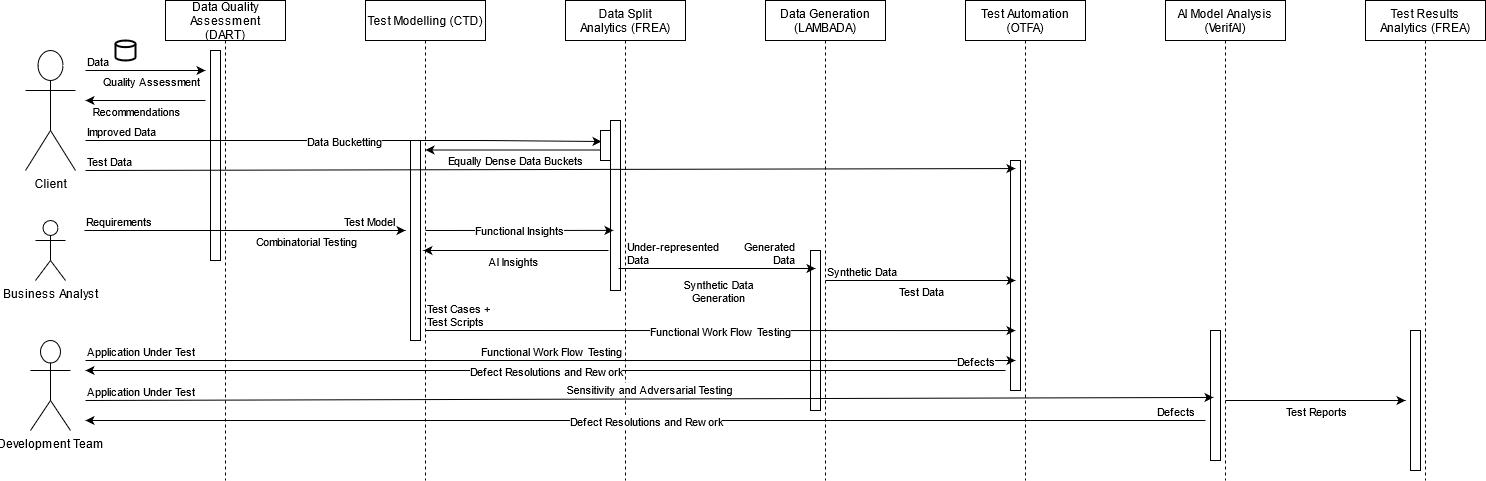
Above: FACT Process Flow.png in ilanjaya/TestCOE (draw.io), before the change. Source tidied: cells renumbered, new cells last; positions are measured from the earlier drawing's top-left corner, leaving out a move shared by most shapes. The source it was exported from:
```xml
<mxGraphModel>
  <root>
    <mxCell id="0" />
    <mxCell id="1" parent="0" />
    <mxCell id="2" value="Data Quality &#10;Assessment &#10;(DART)" style="shape=umlLifeline;perimeter=lifelinePerimeter;rounded=0;shadow=0;strokeWidth=1;" parent="1" vertex="1">
      <mxGeometry x="140" width="120" height="480" as="geometry" />
    </mxCell>
    <mxCell id="3" style="perimeter=orthogonalPerimeter;rounded=0;shadow=0;strokeWidth=1;" parent="2" vertex="1">
      <mxGeometry x="45" y="50" width="10" height="210" as="geometry" />
    </mxCell>
    <mxCell id="4" value="Test Modelling (CTD)" style="shape=umlLifeline;perimeter=lifelinePerimeter;rounded=0;shadow=0;strokeWidth=1;" parent="1" vertex="1">
      <mxGeometry x="340" width="120" height="480" as="geometry" />
    </mxCell>
    <mxCell id="5" style="perimeter=orthogonalPerimeter;rounded=0;shadow=0;strokeWidth=1;" parent="4" vertex="1">
      <mxGeometry x="45" y="140" width="10" height="200" as="geometry" />
    </mxCell>
    <mxCell id="6" value="Data Split &#10;Analytics (FREA)" style="shape=umlLifeline;perimeter=lifelinePerimeter;rounded=0;shadow=0;strokeWidth=1;" parent="1" vertex="1">
      <mxGeometry x="540" width="120" height="480" as="geometry" />
    </mxCell>
    <mxCell id="7" style="perimeter=orthogonalPerimeter;rounded=0;shadow=0;strokeWidth=1;" parent="6" vertex="1">
      <mxGeometry x="45" y="120" width="10" height="170" as="geometry" />
    </mxCell>
    <mxCell id="8" value="Data Generation&#10;(LAMBADA)" style="shape=umlLifeline;perimeter=lifelinePerimeter;rounded=0;shadow=0;strokeWidth=1;" parent="1" vertex="1">
      <mxGeometry x="740" width="120" height="480" as="geometry" />
    </mxCell>
    <mxCell id="9" style="perimeter=orthogonalPerimeter;rounded=0;shadow=0;strokeWidth=1;" parent="8" vertex="1">
      <mxGeometry x="45" y="250" width="10" height="160" as="geometry" />
    </mxCell>
    <mxCell id="10" value="Test Automation &#10;(OTFA)" style="shape=umlLifeline;perimeter=lifelinePerimeter;rounded=0;shadow=0;strokeWidth=1;" parent="1" vertex="1">
      <mxGeometry x="940" width="120" height="480" as="geometry" />
    </mxCell>
    <mxCell id="11" style="points=[];perimeter=orthogonalPerimeter;rounded=0;shadow=0;strokeWidth=1;" parent="10" vertex="1">
      <mxGeometry x="45" y="160" width="10" height="230" as="geometry" />
    </mxCell>
    <mxCell id="12" value="AI Model Analysis &#10;(VerifAI)" style="shape=umlLifeline;perimeter=lifelinePerimeter;rounded=0;shadow=0;strokeWidth=1;" parent="1" vertex="1">
      <mxGeometry x="1140" width="120" height="480" as="geometry" />
    </mxCell>
    <mxCell id="13" style="points=[];perimeter=orthogonalPerimeter;rounded=0;shadow=0;strokeWidth=1;" parent="12" vertex="1">
      <mxGeometry x="45" y="330" width="10" height="130" as="geometry" />
    </mxCell>
    <mxCell id="14" style="strokeWidth=2;html=1;shape=mxgraph.flowchart.database;whiteSpace=wrap;" parent="1" vertex="1">
      <mxGeometry x="90" y="40" width="20" height="20" as="geometry" />
    </mxCell>
    <mxCell id="15" style="endArrow=classic;html=1;" parent="1" edge="1">
      <mxGeometry relative="1" as="geometry">
        <mxPoint x="59" y="230" as="sourcePoint" />
        <mxPoint x="380" y="230" as="targetPoint" />
      </mxGeometry>
    </mxCell>
    <mxCell id="16" value="&lt;div&gt;Combinatorial Testing&lt;/div&gt;" style="edgeLabel;html=1;align=center;verticalAlign=middle;" parent="15" vertex="1">
      <mxGeometry relative="1" as="geometry">
        <mxPoint x="60" y="10" as="offset" />
      </mxGeometry>
    </mxCell>
    <mxCell id="17" value="Requirements" style="edgeLabel;html=1;align=left;verticalAlign=bottom;" parent="15" vertex="1">
      <mxGeometry x="-1" relative="1" as="geometry" />
    </mxCell>
    <mxCell id="18" value="Test Model" style="edgeLabel;html=1;align=right;verticalAlign=bottom;" parent="15" vertex="1">
      <mxGeometry x="1" relative="1" as="geometry">
        <mxPoint x="-10" as="offset" />
      </mxGeometry>
    </mxCell>
    <mxCell id="19" style="endArrow=classic;html=1;entryX=0.4;entryY=0.533;entryDx=0;entryDy=0;entryPerimeter=0;" parent="1" edge="1">
      <mxGeometry relative="1" as="geometry">
        <mxPoint x="400" y="230" as="sourcePoint" />
        <mxPoint x="588" y="229.9" as="targetPoint" />
      </mxGeometry>
    </mxCell>
    <mxCell id="20" value="Functional Insights" style="edgeLabel;html=1;align=center;verticalAlign=middle;" parent="19" vertex="1">
      <mxGeometry relative="1" as="geometry" />
    </mxCell>
    <mxCell id="21" style="endArrow=classic;html=1;exitX=0.43;exitY=0.583;exitDx=0;exitDy=0;exitPerimeter=0;entryX=0.483;entryY=0.5;entryDx=0;entryDy=0;entryPerimeter=0;" parent="1" edge="1">
      <mxGeometry relative="1" as="geometry">
        <mxPoint x="583" y="250" as="sourcePoint" />
        <mxPoint x="398" y="250" as="targetPoint" />
      </mxGeometry>
    </mxCell>
    <mxCell id="22" value="&lt;div&gt;AI Insights&lt;/div&gt;" style="edgeLabel;html=1;align=center;verticalAlign=middle;" parent="21" vertex="1">
      <mxGeometry relative="1" as="geometry">
        <mxPoint x="-3" y="10" as="offset" />
      </mxGeometry>
    </mxCell>
    <mxCell id="23" style="endArrow=classic;html=1;" parent="1" edge="1">
      <mxGeometry relative="1" as="geometry">
        <mxPoint x="180" y="100" as="sourcePoint" />
        <mxPoint x="60" y="100" as="targetPoint" />
      </mxGeometry>
    </mxCell>
    <mxCell id="24" value="Recommendations" style="edgeLabel;html=1;align=center;verticalAlign=middle;" parent="23" vertex="1">
      <mxGeometry relative="1" as="geometry">
        <mxPoint x="-10" y="10" as="offset" />
      </mxGeometry>
    </mxCell>
    <mxCell id="25" value="Client" style="shape=umlActor;verticalLabelPosition=bottom;verticalAlign=top;html=1;" parent="1" vertex="1">
      <mxGeometry y="50" width="50" height="120" as="geometry" />
    </mxCell>
    <mxCell id="26" style="endArrow=classic;html=1;" parent="1" edge="1">
      <mxGeometry relative="1" as="geometry">
        <mxPoint x="60" y="70" as="sourcePoint" />
        <mxPoint x="180" y="70" as="targetPoint" />
        <Array as="points">
          <mxPoint x="110" y="70" />
        </Array>
      </mxGeometry>
    </mxCell>
    <mxCell id="27" value="Quality Assessment" style="edgeLabel;html=1;align=center;verticalAlign=middle;" parent="26" vertex="1">
      <mxGeometry relative="1" as="geometry">
        <mxPoint x="5" y="10" as="offset" />
      </mxGeometry>
    </mxCell>
    <mxCell id="28" value="Data" style="edgeLabel;html=1;align=left;verticalAlign=bottom;" parent="26" vertex="1">
      <mxGeometry x="-1" relative="1" as="geometry" />
    </mxCell>
    <mxCell id="29" value="Test Results &#10;Analytics (FREA)" style="shape=umlLifeline;perimeter=lifelinePerimeter;rounded=0;shadow=0;strokeWidth=1;" parent="1" vertex="1">
      <mxGeometry x="1340" width="120" height="480" as="geometry" />
    </mxCell>
    <mxCell id="30" style="perimeter=orthogonalPerimeter;rounded=0;shadow=0;strokeWidth=1;" parent="29" vertex="1">
      <mxGeometry x="45" y="330" width="10" height="140" as="geometry" />
    </mxCell>
    <mxCell id="31" style="endArrow=classic;html=1;entryX=0.1;entryY=0.367;entryDx=0;entryDy=0;entryPerimeter=0;" parent="1" edge="1" target="45">
      <mxGeometry relative="1" as="geometry">
        <mxPoint x="60" y="140" as="sourcePoint" />
        <Array as="points">
          <mxPoint x="460" y="140" />
        </Array>
      </mxGeometry>
    </mxCell>
    <mxCell id="32" value="Data Bucketting" style="edgeLabel;html=1;align=center;verticalAlign=middle;" parent="31" vertex="1">
      <mxGeometry relative="1" as="geometry" />
    </mxCell>
    <mxCell id="33" value="Improved Data" style="edgeLabel;html=1;align=left;verticalAlign=bottom;" parent="31" vertex="1">
      <mxGeometry x="-1" relative="1" as="geometry" />
    </mxCell>
    <mxCell id="34" value="Business Analyst" style="shape=umlActor;verticalLabelPosition=bottom;verticalAlign=top;html=1;" parent="1" vertex="1">
      <mxGeometry x="10" y="220" width="30" height="60" as="geometry" />
    </mxCell>
    <mxCell id="35" style="endArrow=classic;html=1;exitX=0.8;exitY=0.8;exitDx=0;exitDy=0;exitPerimeter=0;" parent="1" edge="1">
      <mxGeometry relative="1" as="geometry">
        <mxPoint x="593" y="268" as="sourcePoint" />
        <mxPoint x="790" y="268" as="targetPoint" />
      </mxGeometry>
    </mxCell>
    <mxCell id="36" value="&lt;div&gt;Synthetic Data &lt;br&gt;&lt;/div&gt;&lt;div&gt;Generation&lt;/div&gt;" style="edgeLabel;html=1;align=center;verticalAlign=middle;" parent="35" vertex="1">
      <mxGeometry relative="1" as="geometry">
        <mxPoint y="22" as="offset" />
      </mxGeometry>
    </mxCell>
    <mxCell id="37" value="&lt;div&gt;Under-represented&lt;/div&gt;&lt;div&gt; Data&lt;/div&gt;" style="edgeLabel;html=1;align=left;verticalAlign=bottom;" parent="35" vertex="1">
      <mxGeometry x="-1" relative="1" as="geometry">
        <mxPoint x="7" as="offset" />
      </mxGeometry>
    </mxCell>
    <mxCell id="38" value="&lt;div&gt;&amp;nbsp;&lt;br&gt;&lt;/div&gt;&lt;div&gt;Generated &lt;br&gt;&lt;/div&gt;&lt;div&gt;Data&lt;/div&gt;" style="edgeLabel;html=1;align=right;verticalAlign=bottom;" parent="35" vertex="1">
      <mxGeometry x="1" relative="1" as="geometry">
        <mxPoint x="-20" as="offset" />
      </mxGeometry>
    </mxCell>
    <mxCell id="39" style="endArrow=classic;html=1;exitX=0.43;exitY=0.583;exitDx=0;exitDy=0;exitPerimeter=0;entryX=0.483;entryY=0.5;entryDx=0;entryDy=0;entryPerimeter=0;" parent="1" edge="1">
      <mxGeometry relative="1" as="geometry">
        <mxPoint x="585" y="149.5" as="sourcePoint" />
        <mxPoint x="400" y="149.5" as="targetPoint" />
      </mxGeometry>
    </mxCell>
    <mxCell id="40" value="&lt;div&gt;Equally Dense Data Buckets&lt;br&gt;&lt;/div&gt;" style="edgeLabel;html=1;align=center;verticalAlign=middle;" parent="39" vertex="1">
      <mxGeometry relative="1" as="geometry">
        <mxPoint x="-3" y="10" as="offset" />
      </mxGeometry>
    </mxCell>
    <mxCell id="41" value="Development Team" style="shape=umlActor;verticalLabelPosition=bottom;verticalAlign=top;html=1;" parent="1" vertex="1">
      <mxGeometry x="5" y="340" width="40" height="90" as="geometry" />
    </mxCell>
    <mxCell id="42" style="endArrow=classic;html=1;" parent="1" edge="1">
      <mxGeometry relative="1" as="geometry">
        <mxPoint x="800" y="280" as="sourcePoint" />
        <mxPoint x="990" y="280" as="targetPoint" />
      </mxGeometry>
    </mxCell>
    <mxCell id="43" value="Test Data" style="edgeLabel;html=1;align=center;verticalAlign=middle;" parent="42" vertex="1">
      <mxGeometry relative="1" as="geometry">
        <mxPoint y="10" as="offset" />
      </mxGeometry>
    </mxCell>
    <mxCell id="44" value="Synthetic Data" style="edgeLabel;html=1;align=left;verticalAlign=bottom;" parent="42" vertex="1">
      <mxGeometry x="-1" relative="1" as="geometry" />
    </mxCell>
    <mxCell id="45" style="points=[];perimeter=orthogonalPerimeter;rounded=0;shadow=0;strokeWidth=1;" parent="1" vertex="1">
      <mxGeometry x="575" y="130" width="10" height="30" as="geometry" />
    </mxCell>
    <mxCell id="46" style="endArrow=classic;html=1;entryX=0.5;entryY=0.035;entryDx=0;entryDy=0;entryPerimeter=0;" parent="1" edge="1" target="11">
      <mxGeometry relative="1" as="geometry">
        <mxPoint x="60" y="170" as="sourcePoint" />
      </mxGeometry>
    </mxCell>
    <mxCell id="47" value="Test Data" style="edgeLabel;html=1;align=left;verticalAlign=bottom;" parent="46" vertex="1">
      <mxGeometry x="-1" relative="1" as="geometry" />
    </mxCell>
    <mxCell id="48" style="endArrow=classic;html=1;" parent="1" edge="1">
      <mxGeometry relative="1" as="geometry">
        <mxPoint x="60" y="360" as="sourcePoint" />
        <mxPoint x="990" y="360" as="targetPoint" />
      </mxGeometry>
    </mxCell>
    <mxCell id="49" value="Functional Work Flow Testing" style="edgeLabel;html=1;align=center;verticalAlign=middle;" parent="48" vertex="1">
      <mxGeometry relative="1" as="geometry">
        <mxPoint y="-10" as="offset" />
      </mxGeometry>
    </mxCell>
    <mxCell id="50" value="Application Under Test" style="edgeLabel;html=1;align=left;verticalAlign=bottom;" parent="48" vertex="1">
      <mxGeometry x="-1" relative="1" as="geometry" />
    </mxCell>
    <mxCell id="51" style="endArrow=classic;html=1;entryX=0.5;entryY=0.609;entryDx=0;entryDy=0;entryPerimeter=0;" parent="1" edge="1">
      <mxGeometry relative="1" as="geometry">
        <mxPoint x="400" y="330" as="sourcePoint" />
        <mxPoint x="990" y="330.1" as="targetPoint" />
      </mxGeometry>
    </mxCell>
    <mxCell id="52" value="Functional Work Flow Testing" style="edgeLabel;html=1;align=center;verticalAlign=middle;" parent="51" vertex="1">
      <mxGeometry relative="1" as="geometry" />
    </mxCell>
    <mxCell id="53" value="&lt;div&gt;Test Cases +&lt;/div&gt;&lt;div&gt;Test Scripts&lt;br&gt;&lt;/div&gt;" style="edgeLabel;html=1;align=left;verticalAlign=bottom;" parent="51" vertex="1">
      <mxGeometry x="-1" relative="1" as="geometry" />
    </mxCell>
    <mxCell id="54" style="endArrow=classic;html=1;entryX=0.3;entryY=0.515;entryDx=0;entryDy=0;entryPerimeter=0;" parent="1" edge="1" target="13">
      <mxGeometry relative="1" as="geometry">
        <mxPoint x="60" y="400" as="sourcePoint" />
      </mxGeometry>
    </mxCell>
    <mxCell id="55" value="Sensitivity and Adversarial Testing" style="edgeLabel;html=1;align=center;verticalAlign=middle;" parent="54" vertex="1">
      <mxGeometry relative="1" as="geometry">
        <mxPoint y="-10" as="offset" />
      </mxGeometry>
    </mxCell>
    <mxCell id="56" value="Application Under Test" style="edgeLabel;html=1;align=left;verticalAlign=bottom;" parent="54" vertex="1">
      <mxGeometry x="-1" relative="1" as="geometry" />
    </mxCell>
    <mxCell id="57" style="endArrow=classic;html=1;" parent="1" edge="1">
      <mxGeometry relative="1" as="geometry">
        <mxPoint x="1200" y="400" as="sourcePoint" />
        <mxPoint x="1380" y="400" as="targetPoint" />
      </mxGeometry>
    </mxCell>
    <mxCell id="58" value="Test Reports" style="edgeLabel;html=1;align=center;verticalAlign=middle;" parent="57" vertex="1">
      <mxGeometry relative="1" as="geometry">
        <mxPoint y="10" as="offset" />
      </mxGeometry>
    </mxCell>
    <mxCell id="59" style="endArrow=classic;html=1;" parent="1" edge="1">
      <mxGeometry relative="1" as="geometry">
        <mxPoint x="980" y="370" as="sourcePoint" />
        <mxPoint x="60" y="370" as="targetPoint" />
      </mxGeometry>
    </mxCell>
    <mxCell id="60" value="Defect Resolutions and Rework" style="edgeLabel;html=1;align=center;verticalAlign=middle;" parent="59" vertex="1">
      <mxGeometry relative="1" as="geometry" />
    </mxCell>
    <mxCell id="61" value="Defects" style="edgeLabel;html=1;align=left;verticalAlign=bottom;" parent="59" vertex="1">
      <mxGeometry x="-1" relative="1" as="geometry">
        <mxPoint x="-50" as="offset" />
      </mxGeometry>
    </mxCell>
    <mxCell id="62" style="endArrow=classic;html=1;" parent="1" edge="1">
      <mxGeometry relative="1" as="geometry">
        <mxPoint x="1180" y="420" as="sourcePoint" />
        <mxPoint x="60" y="420" as="targetPoint" />
      </mxGeometry>
    </mxCell>
    <mxCell id="63" value="Defect Resolutions and Rework" style="edgeLabel;html=1;align=center;verticalAlign=middle;" parent="62" vertex="1">
      <mxGeometry relative="1" as="geometry" />
    </mxCell>
    <mxCell id="64" value="Defects" style="edgeLabel;html=1;align=left;verticalAlign=bottom;" parent="62" vertex="1">
      <mxGeometry x="-1" relative="1" as="geometry">
        <mxPoint x="-50" as="offset" />
      </mxGeometry>
    </mxCell>
  </root>
</mxGraphModel>
```
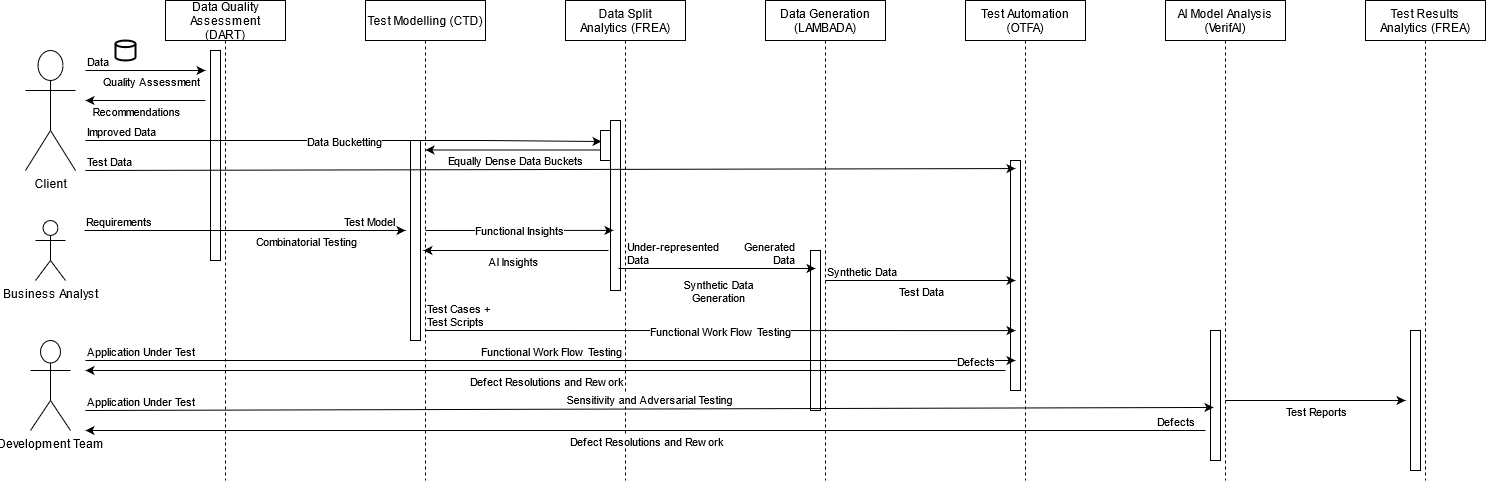
Later version of the same file.

Diff of the diagram source:
```diff
@@ -220,9 +220,10 @@
     <mxCell id="53" value="&lt;div&gt;Test Cases +&lt;/div&gt;&lt;div&gt;Test Scripts&lt;br&gt;&lt;/div&gt;" style="edgeLabel;html=1;align=left;verticalAlign=bottom;" parent="51" vertex="1">
       <mxGeometry x="-1" relative="1" as="geometry" />
     </mxCell>
-    <mxCell id="54" style="endArrow=classic;html=1;entryX=0.3;entryY=0.515;entryDx=0;entryDy=0;entryPerimeter=0;" parent="1" edge="1" target="13">
+    <mxCell id="54" style="endArrow=classic;html=1;entryX=0.3;entryY=0.515;entryDx=0;entryDy=0;entryPerimeter=0;" parent="1" edge="1">
       <mxGeometry relative="1" as="geometry">
-        <mxPoint x="60" y="400" as="sourcePoint" />
+        <mxPoint x="60" y="410" as="sourcePoint" />
+        <mxPoint x="1188" y="407" as="targetPoint" />
       </mxGeometry>
     </mxCell>
     <mxCell id="55" value="Sensitivity and Adversarial Testing" style="edgeLabel;html=1;align=center;verticalAlign=middle;" parent="54" vertex="1">
@@ -251,7 +252,9 @@
       </mxGeometry>
     </mxCell>
     <mxCell id="60" value="Defect Resolutions and Rework" style="edgeLabel;html=1;align=center;verticalAlign=middle;" parent="59" vertex="1">
-      <mxGeometry relative="1" as="geometry" />
+      <mxGeometry relative="1" as="geometry">
+        <mxPoint y="10" as="offset" />
+      </mxGeometry>
     </mxCell>
     <mxCell id="61" value="Defects" style="edgeLabel;html=1;align=left;verticalAlign=bottom;" parent="59" vertex="1">
       <mxGeometry x="-1" relative="1" as="geometry">
@@ -260,12 +263,14 @@
     </mxCell>
     <mxCell id="62" style="endArrow=classic;html=1;" parent="1" edge="1">
       <mxGeometry relative="1" as="geometry">
-        <mxPoint x="1180" y="420" as="sourcePoint" />
-        <mxPoint x="60" y="420" as="targetPoint" />
+        <mxPoint x="1180" y="430" as="sourcePoint" />
+        <mxPoint x="60" y="430" as="targetPoint" />
       </mxGeometry>
     </mxCell>
     <mxCell id="63" value="Defect Resolutions and Rework" style="edgeLabel;html=1;align=center;verticalAlign=middle;" parent="62" vertex="1">
-      <mxGeometry relative="1" as="geometry" />
+      <mxGeometry relative="1" as="geometry">
+        <mxPoint y="10" as="offset" />
+      </mxGeometry>
     </mxCell>
     <mxCell id="64" value="Defects" style="edgeLabel;html=1;align=left;verticalAlign=bottom;" parent="62" vertex="1">
       <mxGeometry x="-1" relative="1" as="geometry">
```
